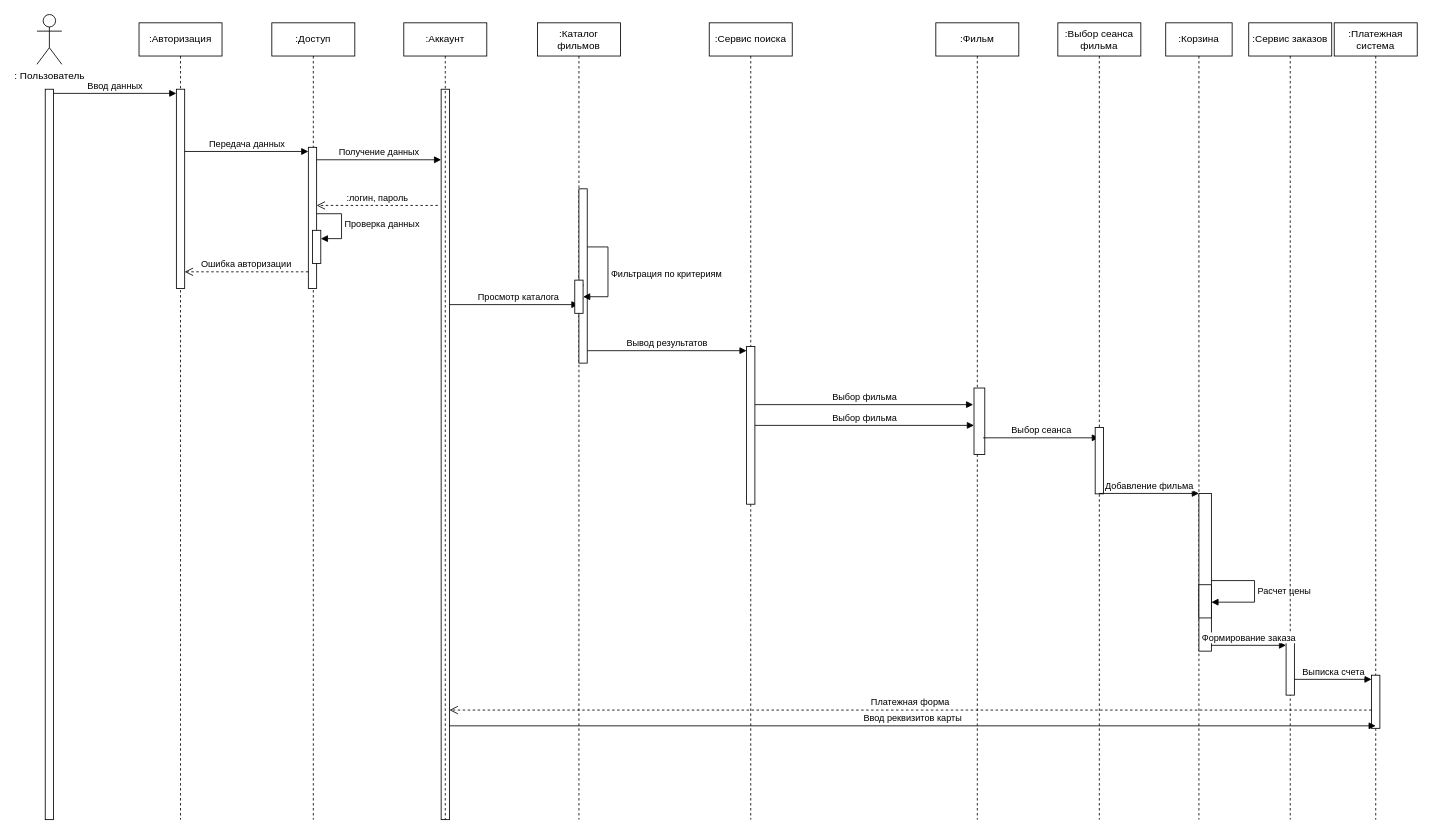
The draw.io diagram Диаграмма без названия.drawio in adchvanova-new/UML, before the edit. Source tidied: cells renumbered, new cells numbered last; positions are measured from the earlier drawing's top-left corner, leaving out a move shared by most shapes. Both pictures are drawn from the tidied source at 83%, with x=0, y=0 at pixel (37, 14).
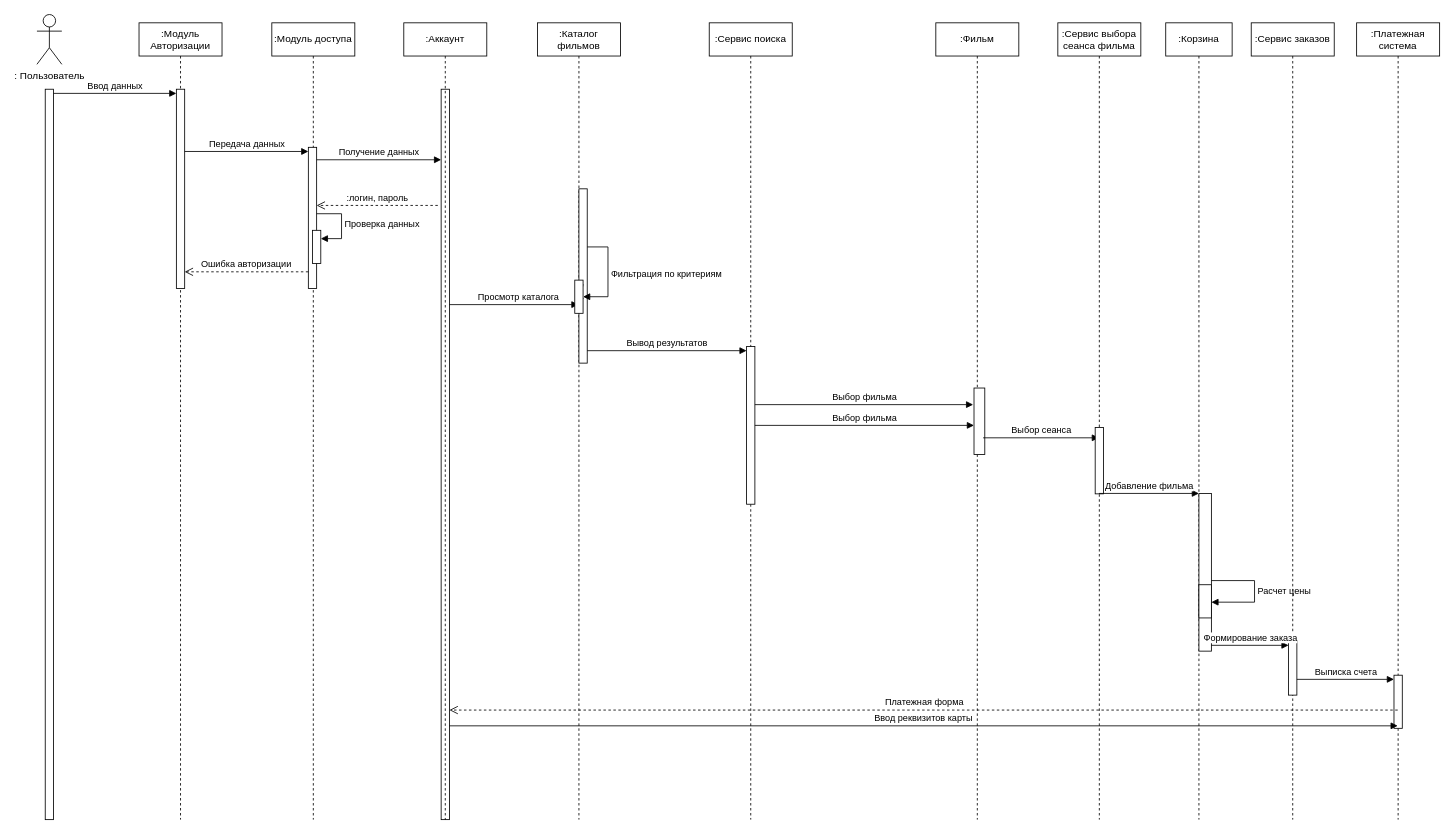
The same page after the edit.

The edit, as a diff of the source:
```diff
@@
-    <mxCell id="7" value=":Авторизация" style="shape=umlLifeline;perimeter=lifelinePerimeter;whiteSpace=wrap;html=1;newEdgeStyle={&quot;curved&quot;:0,&quot;rounded&quot;:0};" parent="1" vertex="1">
+    <mxCell id="7" value=":Модуль Авторизации" style="shape=umlLifeline;perimeter=lifelinePerimeter;whiteSpace=wrap;html=1;newEdgeStyle={&quot;curved&quot;:0,&quot;rounded&quot;:0};" parent="1" vertex="1">
       <mxGeometry x="123" y="10" width="100" height="960" as="geometry" />
     </mxCell>
@@
-    <mxCell id="10" value=":Доступ" style="shape=umlLifeline;perimeter=lifelinePerimeter;whiteSpace=wrap;html=1;newEdgeStyle={&quot;curved&quot;:0,&quot;rounded&quot;:0};" parent="1" vertex="1">
+    <mxCell id="10" value=":Модуль доступа" style="shape=umlLifeline;perimeter=lifelinePerimeter;whiteSpace=wrap;html=1;newEdgeStyle={&quot;curved&quot;:0,&quot;rounded&quot;:0};" parent="1" vertex="1">
       <mxGeometry x="283" y="10" width="100" height="960" as="geometry" />
     </mxCell>
@@
     <mxCell id="30" value=":Сервис заказов " style="shape=umlLifeline;perimeter=lifelinePerimeter;whiteSpace=wrap;html=1;newEdgeStyle={&quot;curved&quot;:0,&quot;rounded&quot;:0};" parent="1" vertex="1">
-      <mxGeometry x="1460" y="10" width="100" height="960" as="geometry" />
+      <mxGeometry x="1463" y="10" width="100" height="960" as="geometry" />
     </mxCell>
@@
     <mxCell id="33" value=":Платежная система" style="shape=umlLifeline;perimeter=lifelinePerimeter;whiteSpace=wrap;html=1;outlineConnect=0;portConstraint=eastwest;newEdgeStyle={&quot;curved&quot;:0,&quot;rounded&quot;:0};" parent="1" vertex="1">
-      <mxGeometry x="1563" y="10" width="100" height="960" as="geometry" />
+      <mxGeometry x="1590" y="10" width="100" height="960" as="geometry" />
     </mxCell>
@@
-    <mxCell id="36" value="Платежная форма" style="html=1;verticalAlign=bottom;endArrow=open;dashed=1;endSize=8;curved=0;rounded=0;exitX=0;exitY=1;exitDx=0;exitDy=-5;exitPerimeter=0;" parent="1" edge="1">
+    <mxCell id="36" value="Платежная форма" style="html=1;verticalAlign=bottom;endArrow=open;dashed=1;endSize=8;curved=0;rounded=0;" parent="1" edge="1" source="33">
       <mxGeometry relative="1" as="geometry">
-        <mxPoint x="1608" y="838" as="sourcePoint" />
         <mxPoint x="497" y="838" as="targetPoint" />
       </mxGeometry>
     </mxCell>
-    <mxCell id="37" value="Ввод реквизитов карты" style="html=1;verticalAlign=bottom;endArrow=block;curved=0;rounded=0;entryX=0;entryY=0;entryDx=0;entryDy=5;" parent="1" edge="1">
+    <mxCell id="37" value="Ввод реквизитов карты" style="html=1;verticalAlign=bottom;endArrow=block;curved=0;rounded=0;" parent="1" edge="1" target="33">
       <mxGeometry relative="1" as="geometry">
         <mxPoint x="497" y="857" as="sourcePoint" />
-        <mxPoint x="1613" y="857" as="targetPoint" />
       </mxGeometry>
     </mxCell>
-    <mxCell id="38" value=":Выбор сеанса фильма" style="shape=umlLifeline;perimeter=lifelinePerimeter;whiteSpace=wrap;html=1;outlineConnect=0;portConstraint=eastwest;newEdgeStyle={&quot;curved&quot;:0,&quot;rounded&quot;:0};" parent="1" vertex="1">
+    <mxCell id="38" value=":Сервис выбора сеанса фильма" style="shape=umlLifeline;perimeter=lifelinePerimeter;whiteSpace=wrap;html=1;outlineConnect=0;portConstraint=eastwest;newEdgeStyle={&quot;curved&quot;:0,&quot;rounded&quot;:0};" parent="1" vertex="1">
       <mxGeometry x="1230" y="10" width="100" height="960" as="geometry" />
     </mxCell>
```
